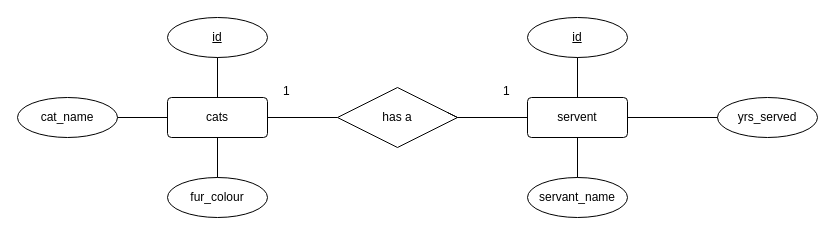
Before: kardinalitaet_1_1/k_1_1.drawio in 03-DB-SQL-GamingPirat/02_DB_models, a draw.io diagram. Source tidied: cells renumbered, new cells numbered last; positions are measured from the earlier drawing's top-left corner, leaving out a move shared by most shapes. Both pictures are drawn from the tidied source at 100%, with x=0, y=0 at pixel (17, 17).
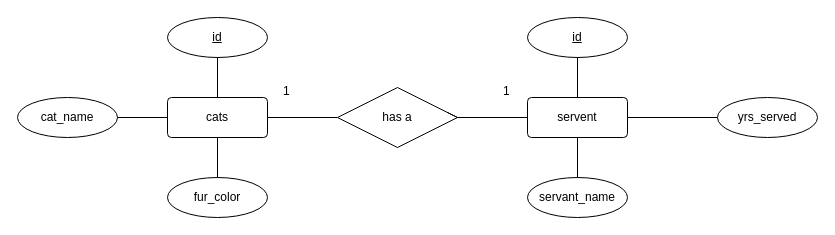
The same page after the edit.

Commit message:
1_1 / chen (debugged)

Change to the diagram source:
```diff
@@
-    <mxCell id="4" value="fur_colour" style="ellipse;whiteSpace=wrap;html=1;align=center;" parent="1" vertex="1">
+    <mxCell id="4" value="fur_color" style="ellipse;whiteSpace=wrap;html=1;align=center;" parent="1" vertex="1">
       <mxGeometry x="150" y="160" width="100" height="40" as="geometry" />
     </mxCell>
```
